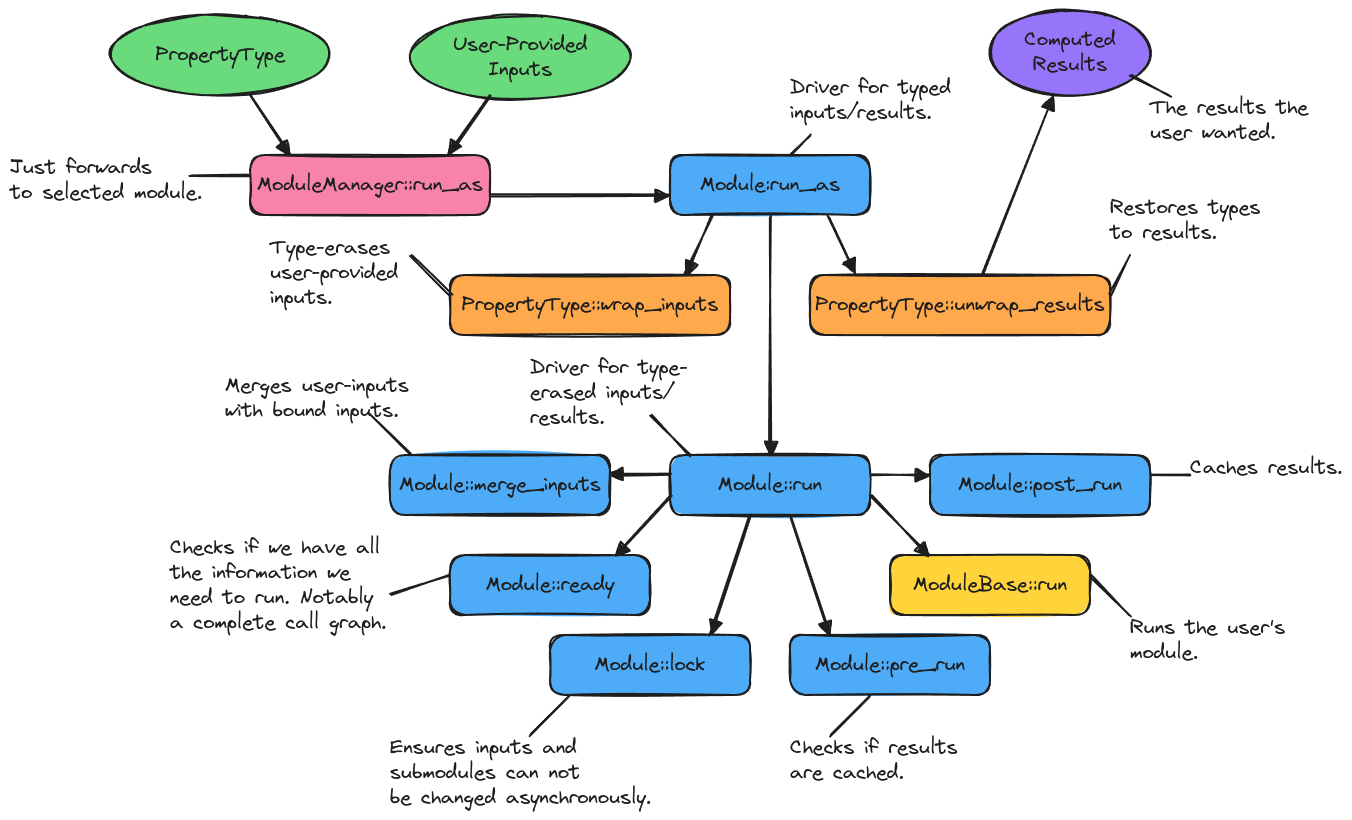
NWChemEx/PluginPlay keeps this Excalidraw diagram as docs/source/developer/assets/run_as_call_graph.png. Above is the earlier version. Source tidied: one line per element, renumbered; positions are measured from the earlier drawing's top-left corner, leaving out a move shared by most shapes.
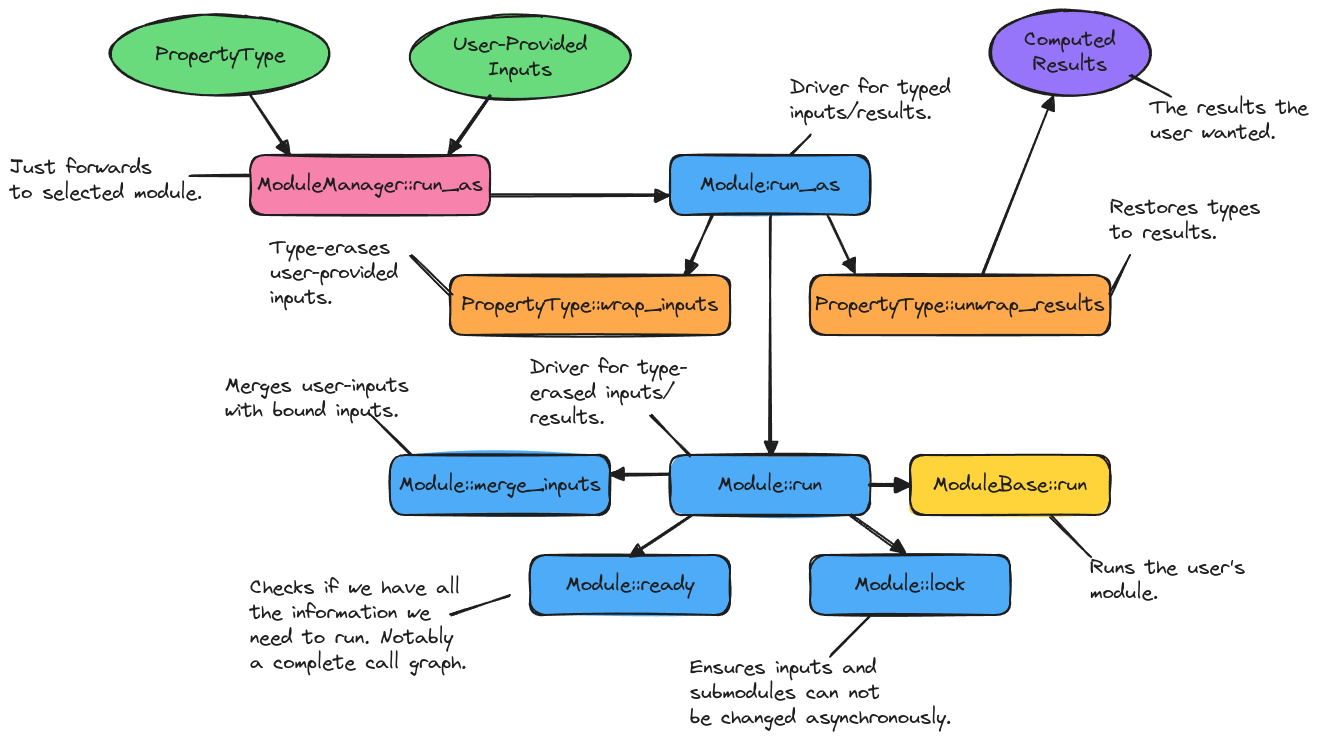
Later version of the same file.

What changed in the source:
```diff
@@ -14,21 +14,21 @@
 {"id": 13, "type": "rectangle", "strokeColor": "#1e1e1e", "backgroundColor": "#4dabf7", "fillStyle": "solid", "strokeWidth": 2, "roughness": 1, "round": true, "x": 660, "y": 445, "width": 200, "height": 60}
 {"id": 14, "type": "text", "text": "Module::run", "strokeColor": "#1e1e1e", "strokeWidth": 2, "roughness": 1, "fontSize": 20, "fontFamily": 1, "textAlign": "center", "verticalAlign": "middle", "inside": 13, "x": 708, "y": 462, "width": 104, "height": 25}
 {"id": 15, "type": "arrow", "strokeColor": "#1e1e1e", "strokeWidth": 2, "roughness": 1, "endArrowhead": "triangle", "round": true, "from": 0, "to": 5, "x": 702, "y": 206, "width": 27, "height": 58, "points": [[0, 0], [-27, 58]]}
-{"id": 16, "type": "rectangle", "strokeColor": "#1e1e1e", "backgroundColor": "#4dabf7", "fillStyle": "solid", "strokeWidth": 2, "roughness": 1, "round": true, "x": 440, "y": 545, "width": 200, "height": 60}
+{"id": 16, "type": "rectangle", "strokeColor": "#1e1e1e", "backgroundColor": "#4dabf7", "fillStyle": "solid", "strokeWidth": 2, "roughness": 1, "round": true, "x": 520, "y": 545, "width": 200, "height": 60}
-{"id": 17, "type": "text", "text": "Module::ready", "strokeColor": "#1e1e1e", "strokeWidth": 2, "roughness": 1, "fontSize": 20, "fontFamily": 1, "textAlign": "center", "verticalAlign": "middle", "inside": 16, "x": 476, "y": 562, "width": 129, "height": 25}
+{"id": 17, "type": "text", "text": "Module::ready", "strokeColor": "#1e1e1e", "strokeWidth": 2, "roughness": 1, "fontSize": 20, "fontFamily": 1, "textAlign": "center", "verticalAlign": "middle", "inside": 16, "x": 556, "y": 562, "width": 129, "height": 25}
-{"id": 18, "type": "rectangle", "strokeColor": "#1e1e1e", "backgroundColor": "#4dabf7", "fillStyle": "solid", "strokeWidth": 2, "roughness": 1, "round": true, "x": 540, "y": 625, "width": 200, "height": 60}
+{"id": 18, "type": "rectangle", "strokeColor": "#1e1e1e", "backgroundColor": "#4dabf7", "fillStyle": "solid", "strokeWidth": 2, "roughness": 1, "round": true, "x": 800, "y": 545, "width": 200, "height": 60}
-{"id": 19, "type": "text", "text": "Module::lock", "strokeColor": "#1e1e1e", "strokeWidth": 2, "roughness": 1, "fontSize": 20, "fontFamily": 1, "textAlign": "center", "verticalAlign": "middle", "inside": 18, "x": 584, "y": 642, "width": 111, "height": 25}
+{"id": 19, "type": "text", "text": "Module::lock", "strokeColor": "#1e1e1e", "strokeWidth": 2, "roughness": 1, "fontSize": 20, "fontFamily": 1, "textAlign": "center", "verticalAlign": "middle", "inside": 18, "x": 844, "y": 562, "width": 111, "height": 25}
-{"id": 20, "type": "rectangle", "strokeColor": "#1e1e1e", "backgroundColor": "#ffd43b", "fillStyle": "solid", "strokeWidth": 2, "roughness": 1, "round": true, "x": 880, "y": 545, "width": 200, "height": 60}
+{"id": 20, "type": "rectangle", "strokeColor": "#1e1e1e", "backgroundColor": "#ffd43b", "fillStyle": "solid", "strokeWidth": 2, "roughness": 1, "round": true, "x": 900, "y": 445, "width": 200, "height": 60}
-{"id": 21, "type": "text", "text": "ModuleBase::run", "strokeColor": "#1e1e1e", "strokeWidth": 2, "roughness": 1, "fontSize": 20, "fontFamily": 1, "textAlign": "center", "verticalAlign": "middle", "inside": 20, "x": 903, "y": 562, "width": 154, "height": 25}
+{"id": 21, "type": "text", "text": "ModuleBase::run", "strokeColor": "#1e1e1e", "strokeWidth": 2, "roughness": 1, "fontSize": 20, "fontFamily": 1, "textAlign": "center", "verticalAlign": "middle", "inside": 20, "x": 923, "y": 462, "width": 154, "height": 25}
 {"id": 22, "type": "rectangle", "strokeColor": "#1e1e1e", "backgroundColor": "#ffa94d", "fillStyle": "solid", "strokeWidth": 2, "roughness": 1, "round": true, "x": 800, "y": 265, "width": 300, "height": 60}
 {"id": 23, "type": "text", "text": "PropertyType::unwrap_results", "strokeColor": "#1e1e1e", "strokeWidth": 2, "roughness": 1, "fontSize": 20, "fontFamily": 1, "textAlign": "center", "verticalAlign": "middle", "inside": 22, "x": 805, "y": 282, "width": 289, "height": 25}
 {"id": 24, "type": "arrow", "strokeColor": "#1e1e1e", "strokeWidth": 2, "roughness": 1, "endArrowhead": "triangle", "round": true, "from": 0, "to": 13, "x": 760, "y": 206, "width": 0, "height": 238, "points": [[0, 0], [0, 238]]}
 {"id": 25, "type": "arrow", "strokeColor": "#1e1e1e", "strokeWidth": 2, "roughness": 1, "endArrowhead": "triangle", "round": true, "from": 0, "to": 22, "x": 818, "y": 206, "width": 27, "height": 58, "points": [[0, 0], [27, 58]]}
 {"id": 26, "type": "ellipse", "strokeColor": "#1e1e1e", "backgroundColor": "#9775fa", "fillStyle": "solid", "strokeWidth": 2, "roughness": 1, "round": true, "x": 980, "y": 0, "width": 160, "height": 85}
 {"id": 27, "type": "text", "text": "Computed\nResults", "strokeColor": "#1e1e1e", "strokeWidth": 2, "roughness": 1, "fontSize": 20, "fontFamily": 1, "textAlign": "center", "verticalAlign": "middle", "inside": 26, "x": 1014, "y": 17, "width": 91, "height": 50}
-{"id": 28, "type": "arrow", "strokeColor": "#1e1e1e", "backgroundColor": "#ffa94d", "fillStyle": "solid", "strokeWidth": 2, "roughness": 1, "endArrowhead": "triangle", "round": true, "from": 13, "to": 16, "x": 660, "y": 485, "width": 54, "height": 59, "points": [[0, 0], [-54, 59]]}
+{"id": 28, "type": "arrow", "strokeColor": "#1e1e1e", "backgroundColor": "#ffa94d", "fillStyle": "solid", "strokeWidth": 2, "roughness": 1, "endArrowhead": "triangle", "round": true, "from": 13, "to": 16, "x": 680, "y": 505, "width": 60, "height": 40, "points": [[0, 0], [-60, 40]]}
-{"id": 29, "type": "arrow", "strokeColor": "#1e1e1e", "backgroundColor": "#ffa94d", "fillStyle": "solid", "strokeWidth": 2, "roughness": 1, "endArrowhead": "triangle", "round": true, "from": 13, "to": 18, "x": 740, "y": 505, "width": 40, "height": 120, "points": [[0, 0], [-40, 120]]}
+{"id": 29, "type": "arrow", "strokeColor": "#1e1e1e", "backgroundColor": "#ffa94d", "fillStyle": "solid", "strokeWidth": 2, "roughness": 1, "endArrowhead": "triangle", "round": true, "from": 13, "to": 18, "x": 840, "y": 505, "width": 54, "height": 39, "points": [[0, 0], [54, 39]]}
-{"id": 30, "type": "arrow", "strokeColor": "#1e1e1e", "backgroundColor": "#ffa94d", "fillStyle": "solid", "strokeWidth": 2, "roughness": 1, "endArrowhead": "triangle", "round": true, "from": 13, "to": 42, "x": 660, "y": 465, "width": 60, "height": 0, "points": [[0, 0], [-60, 0]]}
+{"id": 30, "type": "arrow", "strokeColor": "#1e1e1e", "backgroundColor": "#ffa94d", "fillStyle": "solid", "strokeWidth": 2, "roughness": 1, "endArrowhead": "triangle", "round": true, "from": 13, "to": 42, "x": 659, "y": 465, "width": 58, "height": 0, "points": [[0, 0], [-58, 0]]}
 {"id": 31, "type": "arrow", "strokeColor": "#1e1e1e", "backgroundColor": "#9775fa", "fillStyle": "solid", "strokeWidth": 2, "roughness": 1, "endArrowhead": "triangle", "round": true, "from": 22, "to": 26, "x": 973, "y": 264, "width": 70, "height": 179, "points": [[0, 0], [70, -179]]}
 {"id": 32, "type": "text", "text": "Just forwards\nto selected module.", "strokeColor": "#1e1e1e", "backgroundColor": "#9775fa", "fillStyle": "solid", "strokeWidth": 2, "roughness": 1, "fontSize": 20, "fontFamily": 1, "x": 0, "y": 145, "width": 192, "height": 50}
 {"id": 33, "type": "line", "strokeColor": "#1e1e1e", "backgroundColor": "#9775fa", "fillStyle": "solid", "strokeWidth": 2, "roughness": 1, "round": true, "x": 180, "y": 165, "width": 60, "height": 0, "points": [[0, 0], [60, 0]]}
@@ -38,28 +38,18 @@
 {"id": 37, "type": "text", "text": "Driver for typed\ninputs/results.", "strokeColor": "#1e1e1e", "backgroundColor": "#9775fa", "fillStyle": "solid", "strokeWidth": 2, "roughness": 1, "fontSize": 20, "fontFamily": 1, "x": 780, "y": 65, "width": 161, "height": 50}
 {"id": 38, "type": "text", "text": "Driver for type-\nerased inputs/\nresults.", "strokeColor": "#1e1e1e", "backgroundColor": "#9775fa", "fillStyle": "solid", "strokeWidth": 2, "roughness": 1, "fontSize": 20, "fontFamily": 1, "x": 520, "y": 345, "width": 158, "height": 75}
 {"id": 39, "type": "line", "strokeColor": "#1e1e1e", "backgroundColor": "#9775fa", "fillStyle": "solid", "strokeWidth": 2, "roughness": 1, "round": true, "from": 38, "to": 13, "x": 641, "y": 405, "width": 39, "height": 40, "points": [[0, 0], [39, 40]]}
-{"id": 40, "type": "text", "text": "Checks if we have all\nthe information we\nneed to run. Notably\na complete call graph.", "strokeColor": "#1e1e1e", "backgroundColor": "#9775fa", "fillStyle": "solid", "strokeWidth": 2, "roughness": 1, "fontSize": 20, "fontFamily": 1, "x": 160, "y": 525, "width": 216, "height": 100}
+{"id": 40, "type": "text", "text": "Checks if we have all\nthe information we\nneed to run. Notably\na complete call graph.", "strokeColor": "#1e1e1e", "backgroundColor": "#9775fa", "fillStyle": "solid", "strokeWidth": 2, "roughness": 1, "fontSize": 20, "fontFamily": 1, "x": 240, "y": 565, "width": 216, "height": 100}
-{"id": 41, "type": "line", "strokeColor": "#1e1e1e", "backgroundColor": "#9775fa", "fillStyle": "solid", "strokeWidth": 2, "roughness": 1, "round": true, "from": 40, "to": 16, "x": 381, "y": 585, "width": 59, "height": 20, "points": [[0, 0], [59, -20]]}
+{"id": 41, "type": "line", "strokeColor": "#1e1e1e", "backgroundColor": "#9775fa", "fillStyle": "solid", "strokeWidth": 2, "roughness": 1, "round": true, "x": 441, "y": 606, "width": 59, "height": 20, "points": [[0, 0], [59, -20]]}
 {"id": 42, "type": "rectangle", "strokeColor": "#1e1e1e", "backgroundColor": "#4dabf7", "fillStyle": "solid", "strokeWidth": 2, "roughness": 1, "round": true, "x": 380, "y": 445, "width": 220, "height": 60}
 {"id": 43, "type": "text", "text": "Module::merge_inputs", "strokeColor": "#1e1e1e", "strokeWidth": 2, "roughness": 1, "fontSize": 20, "fontFamily": 1, "textAlign": "center", "verticalAlign": "middle", "inside": 42, "x": 389, "y": 462, "width": 202, "height": 25}
 {"id": 44, "type": "text", "text": "Restores types\nto results.", "strokeColor": "#1e1e1e", "backgroundColor": "#9775fa", "fillStyle": "solid", "strokeWidth": 2, "roughness": 1, "fontSize": 20, "fontFamily": 1, "x": 1100, "y": 185, "width": 150, "height": 50}
 {"id": 45, "type": "line", "strokeColor": "#1e1e1e", "backgroundColor": "#9775fa", "fillStyle": "solid", "strokeWidth": 2, "roughness": 1, "round": true, "x": 1100, "y": 285, "width": 20, "height": 40, "points": [[0, 0], [20, -40]]}
-{"id": 46, "type": "rectangle", "strokeColor": "#1e1e1e", "backgroundColor": "#4dabf7", "fillStyle": "solid", "strokeWidth": 2, "roughness": 1, "round": true, "x": 780, "y": 625, "width": 200, "height": 60}
-{"id": 47, "type": "text", "text": "Module::pre_run", "strokeColor": "#1e1e1e", "strokeWidth": 2, "roughness": 1, "fontSize": 20, "fontFamily": 1, "textAlign": "center", "verticalAlign": "middle", "inside": 46, "x": 805, "y": 642, "width": 150, "height": 25}
-{"id": 48, "type": "rectangle", "strokeColor": "#1e1e1e", "backgroundColor": "#4dabf7", "fillStyle": "solid", "strokeWidth": 2, "roughness": 1, "round": true, "x": 920, "y": 445, "width": 220, "height": 60}
-{"id": 49, "type": "text", "text": "Module::post_run", "strokeColor": "#1e1e1e", "backgroundColor": "#9775fa", "fillStyle": "solid", "strokeWidth": 2, "roughness": 1, "fontSize": 20, "fontFamily": 1, "textAlign": "center", "verticalAlign": "middle", "inside": 48, "x": 948, "y": 462, "width": 164, "height": 25}
 {"id": 50, "type": "text", "text": "Merges user-inputs\nwith bound inputs.", "strokeColor": "#1e1e1e", "backgroundColor": "#4dabf7", "fillStyle": "solid", "strokeWidth": 2, "roughness": 1, "fontSize": 20, "fontFamily": 1, "x": 215, "y": 363, "width": 184, "height": 50}
 {"id": 51, "type": "line", "strokeColor": "#1e1e1e", "backgroundColor": "#4dabf7", "fillStyle": "solid", "strokeWidth": 2, "roughness": 1, "round": true, "x": 360, "y": 405, "width": 40, "height": 40, "points": [[0, 0], [40, 40]]}
-{"id": 52, "type": "text", "text": "Checks if results\nare cached.", "strokeColor": "#1e1e1e", "backgroundColor": "#4dabf7", "fillStyle": "solid", "strokeWidth": 2, "roughness": 1, "fontSize": 20, "fontFamily": 1, "x": 780, "y": 725, "width": 168, "height": 50}
-{"id": 53, "type": "line", "strokeColor": "#1e1e1e", "backgroundColor": "#4dabf7", "fillStyle": "solid", "strokeWidth": 2, "roughness": 1, "round": true, "x": 820, "y": 725, "width": 40, "height": 40, "points": [[0, 0], [40, -40]]}
-{"id": 54, "type": "arrow", "strokeColor": "#1e1e1e", "backgroundColor": "#4dabf7", "fillStyle": "solid", "strokeWidth": 2, "roughness": 1, "endArrowhead": "triangle", "round": true, "from": 13, "to": 46, "x": 780, "y": 505, "width": 40, "height": 120, "points": [[0, 0], [40, 120]]}
-{"id": 55, "type": "arrow", "strokeColor": "#1e1e1e", "backgroundColor": "#4dabf7", "fillStyle": "solid", "strokeWidth": 2, "roughness": 1, "endArrowhead": "triangle", "round": true, "from": 13, "to": 48, "x": 861, "y": 465, "width": 58, "height": 0, "points": [[0, 0], [58, 0]]}
-{"id": 56, "type": "arrow", "strokeColor": "#1e1e1e", "backgroundColor": "#4dabf7", "fillStyle": "solid", "strokeWidth": 2, "roughness": 1, "endArrowhead": "triangle", "round": true, "from": 13, "to": 20, "x": 860, "y": 485, "width": 60, "height": 60, "points": [[0, 0], [60, 60]]}
+{"id": 56, "type": "arrow", "strokeColor": "#1e1e1e", "backgroundColor": "#4dabf7", "fillStyle": "solid", "strokeWidth": 4, "roughness": 1, "endArrowhead": "triangle", "round": true, "from": 13, "to": 20, "x": 860, "y": 475, "width": 40, "height": 0, "points": [[0, 0], [40, 0]]}
-{"id": 57, "type": "text", "text": "Ensures inputs and\nsubmodules can not\nbe changed asynchronously.", "strokeColor": "#1e1e1e", "backgroundColor": "#4dabf7", "fillStyle": "solid", "strokeWidth": 2, "roughness": 1, "fontSize": 20, "fontFamily": 1, "x": 380, "y": 725, "width": 261, "height": 75}
+{"id": 57, "type": "text", "text": "Ensures inputs and\nsubmodules can not\nbe changed asynchronously.", "strokeColor": "#1e1e1e", "backgroundColor": "#4dabf7", "fillStyle": "solid", "strokeWidth": 2, "roughness": 1, "fontSize": 20, "fontFamily": 1, "x": 680, "y": 645, "width": 261, "height": 75}
-{"id": 58, "type": "line", "strokeColor": "#1e1e1e", "backgroundColor": "#4dabf7", "fillStyle": "solid", "strokeWidth": 2, "roughness": 1, "round": true, "x": 520, "y": 725, "width": 40, "height": 40, "points": [[0, 0], [40, -40]]}
+{"id": 58, "type": "line", "strokeColor": "#1e1e1e", "backgroundColor": "#4dabf7", "fillStyle": "solid", "strokeWidth": 2, "roughness": 1, "round": true, "x": 820, "y": 645, "width": 40, "height": 40, "points": [[0, 0], [40, -40]]}
-{"id": 59, "type": "text", "text": "Runs the user's\nmodule.", "strokeColor": "#1e1e1e", "backgroundColor": "#4dabf7", "fillStyle": "solid", "strokeWidth": 2, "roughness": 1, "fontSize": 20, "fontFamily": 1, "x": 1120, "y": 605, "width": 155, "height": 50}
+{"id": 59, "type": "text", "text": "Runs the user's\nmodule.", "strokeColor": "#1e1e1e", "backgroundColor": "#4dabf7", "fillStyle": "solid", "strokeWidth": 2, "roughness": 1, "fontSize": 20, "fontFamily": 1, "x": 1080, "y": 545, "width": 155, "height": 50}
-{"id": 60, "type": "line", "strokeColor": "#1e1e1e", "backgroundColor": "#4dabf7", "fillStyle": "solid", "strokeWidth": 2, "roughness": 1, "round": true, "x": 1080, "y": 565, "width": 40, "height": 40, "points": [[0, 0], [40, 40]]}
+{"id": 60, "type": "line", "strokeColor": "#1e1e1e", "backgroundColor": "#4dabf7", "fillStyle": "solid", "strokeWidth": 2, "roughness": 1, "round": true, "x": 1040, "y": 506, "width": 40, "height": 40, "points": [[0, 0], [40, 40]]}
-{"id": 61, "type": "text", "text": "Caches results.", "strokeColor": "#1e1e1e", "backgroundColor": "#4dabf7", "fillStyle": "solid", "strokeWidth": 2, "roughness": 1, "fontSize": 20, "fontFamily": 1, "x": 1180, "y": 445, "width": 153, "height": 25}
-{"id": 62, "type": "line", "strokeColor": "#1e1e1e", "backgroundColor": "#4dabf7", "fillStyle": "solid", "strokeWidth": 2, "roughness": 1, "round": true, "x": 1140, "y": 465, "width": 40, "height": 0, "points": [[0, 0], [40, 0]]}
 {"id": 63, "type": "text", "text": "The results the\nuser wanted.", "strokeColor": "#1e1e1e", "backgroundColor": "#4dabf7", "fillStyle": "solid", "strokeWidth": 2, "roughness": 1, "fontSize": 20, "fontFamily": 1, "x": 1140, "y": 85, "width": 158, "height": 50}
 {"id": 64, "type": "line", "strokeColor": "#1e1e1e", "backgroundColor": "#4dabf7", "fillStyle": "solid", "strokeWidth": 2, "roughness": 1, "round": true, "x": 1120, "y": 65, "width": 40, "height": 20, "points": [[0, 0], [40, 20]]}
```
